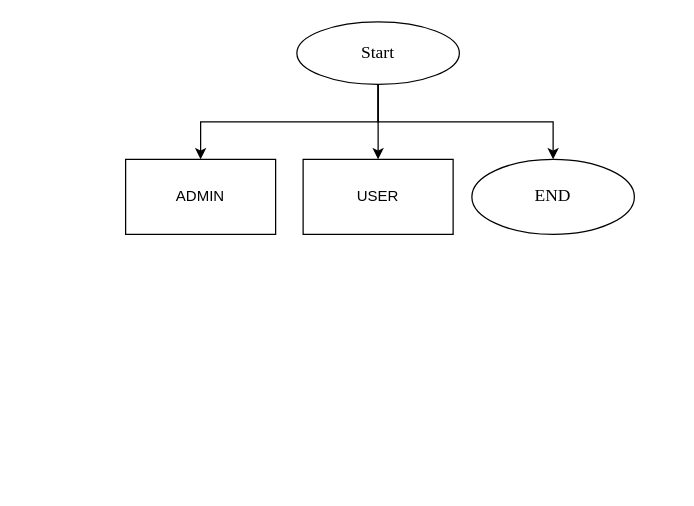
Above: Project Proposal PU/Surface FLowchart.drawio in camper0g/2nd-Semester-Project (draw.io), before the change. Source tidied: cells renumbered, new cells numbered last; positions are measured from the earlier drawing's top-left corner, leaving out a move shared by most shapes. Both pictures are drawn from the tidied source at 125%, with x=0, y=0 at pixel (125, 21).
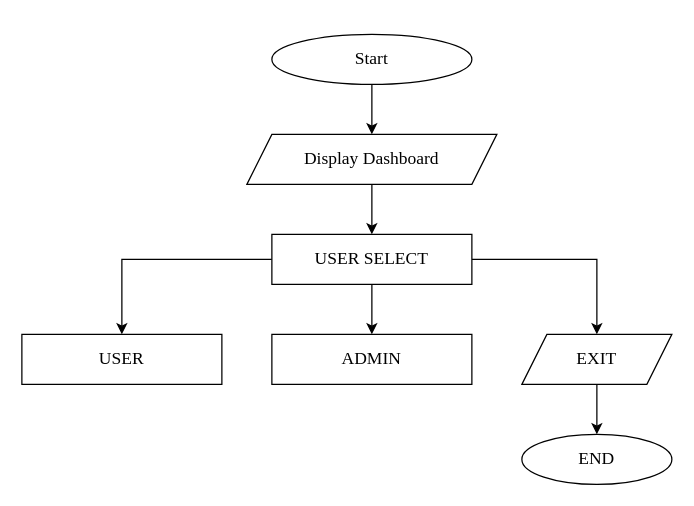
The same page after the edit.

Change to the diagram source:
```diff
@@
 <mxGraphModel>
   <root>
     <mxCell id="0" />
     <mxCell id="1" parent="0" />
-    <mxCell id="2" style="edgeStyle=orthogonalEdgeStyle;rounded=0;jettySize=auto;html=1;exitX=0.5;exitY=1;exitDx=0;exitDy=0;entryX=0.5;entryY=0;entryDx=0;entryDy=0;" parent="1" edge="1" source="5" target="6">
-      <mxGeometry relative="1" as="geometry" />
-    </mxCell>
-    <mxCell id="3" style="edgeStyle=orthogonalEdgeStyle;rounded=0;jettySize=auto;html=1;exitX=0.5;exitY=1;exitDx=0;exitDy=0;entryX=0.5;entryY=0;entryDx=0;entryDy=0;" parent="1" edge="1" source="5" target="7">
-      <mxGeometry relative="1" as="geometry" />
-    </mxCell>
-    <mxCell id="4" style="edgeStyle=orthogonalEdgeStyle;rounded=0;jettySize=auto;html=1;exitX=0.5;exitY=1;exitDx=0;exitDy=0;entryX=0.5;entryY=0;entryDx=0;entryDy=0;" parent="1" edge="1" source="5" target="8">
-      <mxGeometry relative="1" as="geometry" />
-    </mxCell>
+    <mxCell id="9" style="edgeStyle=orthogonalEdgeStyle;rounded=0;jettySize=auto;html=1;exitX=0.5;exitY=1;exitDx=0;exitDy=0;entryX=0.5;entryY=0;entryDx=0;entryDy=0;" parent="1" edge="1" source="5" target="11">
+      <mxGeometry relative="1" as="geometry" />
+    </mxCell>
     <mxCell id="5" value="Start" style="ellipse;whiteSpace=wrap;html=1;strokeWidth=1;fontSize=14;fontStyle=0;fontFamily=Times New Roman;horizontal=1;" parent="1" vertex="1">
-      <mxGeometry x="137" width="130" height="50" as="geometry" />
+      <mxGeometry x="117" y="10" width="160" height="40" as="geometry" />
     </mxCell>
+    <mxCell id="10" style="edgeStyle=orthogonalEdgeStyle;rounded=0;jettySize=auto;html=1;exitX=0.5;exitY=1;exitDx=0;exitDy=0;" parent="1" edge="1" source="11" target="15">
+      <mxGeometry relative="1" as="geometry" />
+    </mxCell>
+    <mxCell id="11" value="Display Dashboard" style="shape=parallelogram;perimeter=parallelogramPerimeter;whiteSpace=wrap;html=1;fixedSize=1;strokeWidth=1;fontSize=14;fontStyle=0;fontFamily=Times New Roman;horizontal=1;" parent="1" vertex="1">
+      <mxGeometry x="97" y="90" width="200" height="40" as="geometry" />
+    </mxCell>
+    <mxCell id="12" style="edgeStyle=orthogonalEdgeStyle;rounded=0;jettySize=auto;html=1;exitX=0.5;exitY=1;exitDx=0;exitDy=0;" parent="1" edge="1" source="15" target="6">
+      <mxGeometry relative="1" as="geometry" />
+    </mxCell>
+    <mxCell id="13" style="edgeStyle=orthogonalEdgeStyle;rounded=0;jettySize=auto;html=1;exitX=0;exitY=0.5;exitDx=0;exitDy=0;" parent="1" edge="1" source="15" target="7">
+      <mxGeometry relative="1" as="geometry" />
+    </mxCell>
+    <mxCell id="14" style="edgeStyle=orthogonalEdgeStyle;rounded=0;jettySize=auto;html=1;exitX=1;exitY=0.5;exitDx=0;exitDy=0;entryX=0.5;entryY=0;entryDx=0;entryDy=0;" parent="1" edge="1" source="15" target="17">
+      <mxGeometry relative="1" as="geometry" />
+    </mxCell>
+    <mxCell id="15" value="USER SELECT" style="rounded=0;whiteSpace=wrap;html=1;strokeWidth=1;fontSize=14;fontStyle=0;fontFamily=Times New Roman;horizontal=1;" parent="1" vertex="1">
+      <mxGeometry x="117" y="170" width="160" height="40" as="geometry" />
+    </mxCell>
+    <mxCell id="7" value="USER" style="rounded=0;whiteSpace=wrap;html=1;strokeWidth=1;fontSize=14;fontStyle=0;fontFamily=Times New Roman;horizontal=1;" parent="1" vertex="1">
+      <mxGeometry x="-83" y="250" width="160" height="40" as="geometry" />
+    </mxCell>
-    <mxCell id="6" value="ADMIN" style="rounded=0;whiteSpace=wrap;html=1;" parent="1" vertex="1">
-      <mxGeometry y="110" width="120" height="60" as="geometry" />
+    <mxCell id="6" value="ADMIN" style="rounded=0;whiteSpace=wrap;html=1;strokeWidth=1;fontSize=14;fontStyle=0;fontFamily=Times New Roman;horizontal=1;" parent="1" vertex="1">
+      <mxGeometry x="117" y="250" width="160" height="40" as="geometry" />
     </mxCell>
-    <mxCell id="7" value="USER" style="rounded=0;whiteSpace=wrap;html=1;" parent="1" vertex="1">
-      <mxGeometry x="142" y="110" width="120" height="60" as="geometry" />
-    </mxCell>
+    <mxCell id="16" style="edgeStyle=orthogonalEdgeStyle;rounded=0;jettySize=auto;html=1;exitX=0.5;exitY=1;exitDx=0;exitDy=0;entryX=0.5;entryY=0;entryDx=0;entryDy=0;" parent="1" edge="1" source="17" target="8">
+      <mxGeometry relative="1" as="geometry" />
+    </mxCell>
+    <mxCell id="17" value="EXIT" style="shape=parallelogram;perimeter=parallelogramPerimeter;whiteSpace=wrap;html=1;fixedSize=1;fontSize=14;fontFamily=Times New Roman;rounded=0;strokeWidth=1;fontStyle=0;" parent="1" vertex="1">
+      <mxGeometry x="317" y="250" width="120" height="40" as="geometry" />
+    </mxCell>
     <mxCell id="8" value="END" style="ellipse;whiteSpace=wrap;html=1;strokeWidth=1;fontSize=14;fontStyle=0;fontFamily=Times New Roman;horizontal=1;" parent="1" vertex="1">
-      <mxGeometry x="277" y="110" width="130" height="60" as="geometry" />
+      <mxGeometry x="317" y="330" width="120" height="40" as="geometry" />
     </mxCell>
   </root>
 </mxGraphModel>
```
